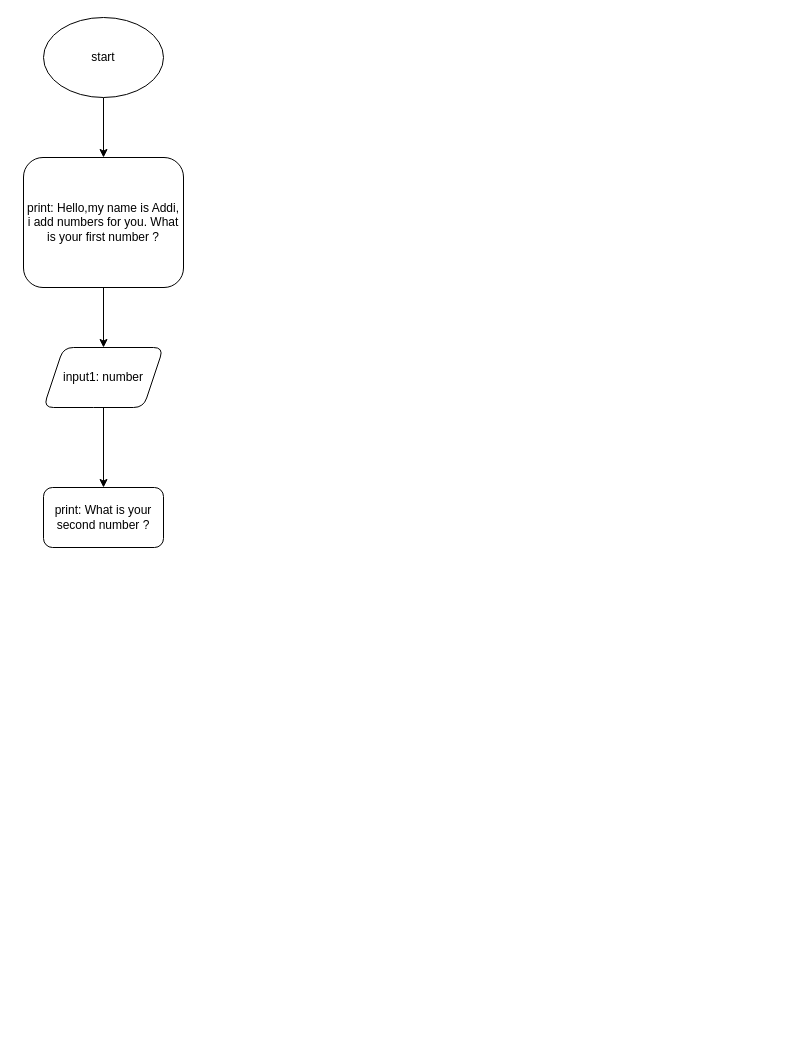
Earlier version of the draw.io diagram Dokumente/Tag 3/Addi.drawio (Mk-link/Root). Source tidied: cells renumbered, new cells numbered last; positions are measured from the earlier drawing's top-left corner, leaving out a move shared by most shapes. Both pictures are drawn from the tidied source at 100%, with x=0, y=0 at pixel (23, 17).
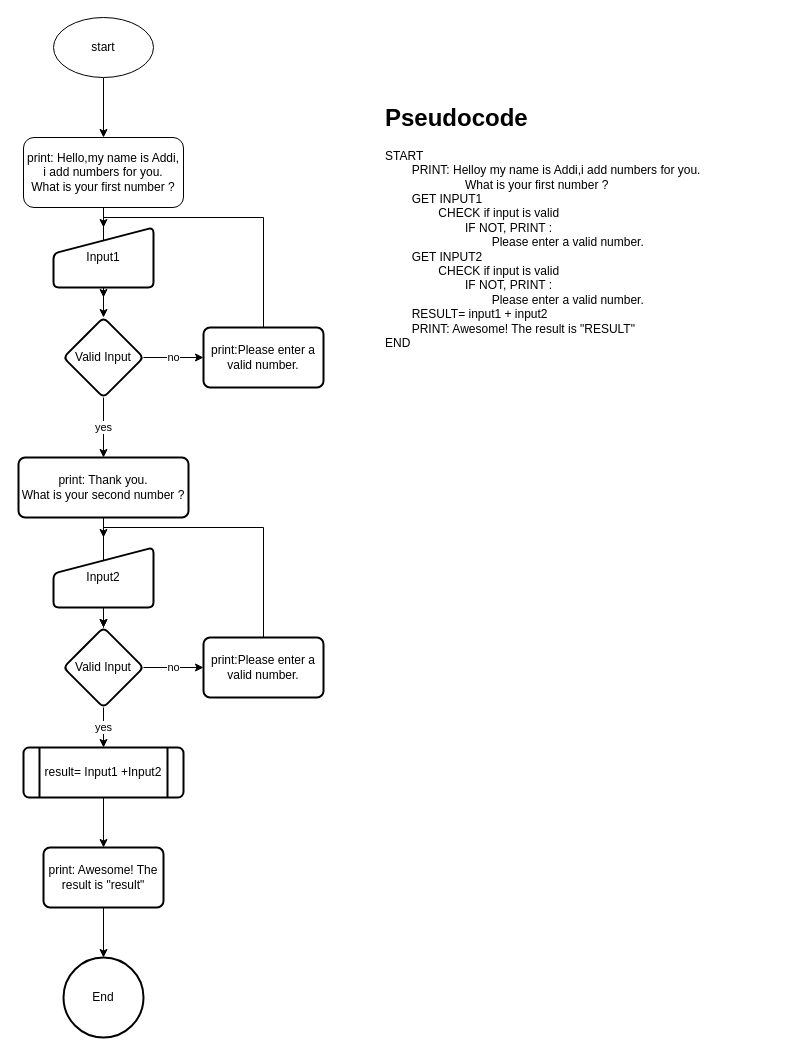
The same diagram, later.

The edit, as a diff of the source:
```diff
@@
     <mxCell id="3" value="start" style="ellipse;whiteSpace=wrap;html=1;" parent="1" vertex="1">
-      <mxGeometry x="20" width="120" height="80" as="geometry" />
+      <mxGeometry x="30" width="100" height="60" as="geometry" />
     </mxCell>
-    <mxCell id="4" style="edgeStyle=orthogonalEdgeStyle;rounded=0;jettySize=auto;html=1;" parent="1" edge="1" source="5" target="7">
-      <mxGeometry relative="1" as="geometry" />
-    </mxCell>
+    <mxCell id="9" style="edgeStyle=orthogonalEdgeStyle;rounded=0;jettySize=auto;html=1;" parent="1" edge="1" source="5">
+      <mxGeometry relative="1" as="geometry">
+        <mxPoint x="80" y="280" as="targetPoint" />
+      </mxGeometry>
+    </mxCell>
-    <mxCell id="5" value="print: Hello,my name is Addi, i add numbers for you. What is your first number ?" style="rounded=1;whiteSpace=wrap;html=1;" parent="1" vertex="1">
-      <mxGeometry y="140" width="160" height="130" as="geometry" />
+    <mxCell id="5" value="print: Hello,my name is Addi, i add numbers for you. &lt;br&gt;What is your first number ?" style="rounded=1;whiteSpace=wrap;html=1;" parent="1" vertex="1">
+      <mxGeometry y="120" width="160" height="70" as="geometry" />
     </mxCell>
-    <mxCell id="6" style="edgeStyle=orthogonalEdgeStyle;rounded=0;jettySize=auto;html=1;" parent="1" edge="1" source="7" target="8">
-      <mxGeometry relative="1" as="geometry" />
-    </mxCell>
-    <mxCell id="7" value="input1: number" style="shape=parallelogram;perimeter=parallelogramPerimeter;whiteSpace=wrap;html=1;fixedSize=1;rounded=1;" parent="1" vertex="1">
-      <mxGeometry x="20" y="330" width="120" height="60" as="geometry" />
-    </mxCell>
-    <mxCell id="8" value="print: What is your second number ?" style="whiteSpace=wrap;html=1;rounded=1;" parent="1" vertex="1">
-      <mxGeometry x="20" y="470" width="120" height="60" as="geometry" />
-    </mxCell>
+    <mxCell id="10" style="edgeStyle=orthogonalEdgeStyle;rounded=0;jettySize=auto;html=1;" parent="1" edge="1" source="11" target="14">
+      <mxGeometry relative="1" as="geometry" />
+    </mxCell>
+    <mxCell id="11" value="Input1" style="html=1;strokeWidth=2;shape=manualInput;whiteSpace=wrap;rounded=1;size=26;arcSize=11;" parent="1" vertex="1">
+      <mxGeometry x="30" y="210" width="100" height="60" as="geometry" />
+    </mxCell>
+    <mxCell id="12" value="no" style="edgeStyle=orthogonalEdgeStyle;rounded=0;jettySize=auto;html=1;" parent="1" edge="1" source="14" target="15">
+      <mxGeometry relative="1" as="geometry" />
+    </mxCell>
+    <mxCell id="13" value="yes" style="edgeStyle=orthogonalEdgeStyle;rounded=0;jettySize=auto;html=1;" parent="1" edge="1" source="14" target="17">
+      <mxGeometry relative="1" as="geometry" />
+    </mxCell>
+    <mxCell id="14" value="Valid Input" style="rhombus;whiteSpace=wrap;html=1;strokeWidth=2;rounded=1;arcSize=11;" parent="1" vertex="1">
+      <mxGeometry x="40" y="300" width="80" height="80" as="geometry" />
+    </mxCell>
+    <mxCell id="15" value="print:Please enter a valid number." style="whiteSpace=wrap;html=1;strokeWidth=2;rounded=1;arcSize=11;" parent="1" vertex="1">
+      <mxGeometry x="180" y="310" width="120" height="60" as="geometry" />
+    </mxCell>
+    <mxCell id="16" style="edgeStyle=orthogonalEdgeStyle;rounded=0;jettySize=auto;html=1;" parent="1" edge="1" source="17" target="22">
+      <mxGeometry relative="1" as="geometry" />
+    </mxCell>
+    <mxCell id="17" value="print: Thank you.&lt;br&gt;What is your second number ?" style="whiteSpace=wrap;html=1;strokeWidth=2;rounded=1;arcSize=11;" parent="1" vertex="1">
+      <mxGeometry x="-5" y="440" width="170" height="60" as="geometry" />
+    </mxCell>
+    <mxCell id="18" style="edgeStyle=orthogonalEdgeStyle;rounded=0;jettySize=auto;html=1;" parent="1" edge="1" source="19" target="22">
+      <mxGeometry relative="1" as="geometry" />
+    </mxCell>
+    <mxCell id="19" value="Input2" style="html=1;strokeWidth=2;shape=manualInput;whiteSpace=wrap;rounded=1;size=26;arcSize=11;" parent="1" vertex="1">
+      <mxGeometry x="30" y="530" width="100" height="60" as="geometry" />
+    </mxCell>
+    <mxCell id="20" value="no" style="edgeStyle=orthogonalEdgeStyle;rounded=0;jettySize=auto;html=1;" parent="1" edge="1" source="22" target="23">
+      <mxGeometry relative="1" as="geometry" />
+    </mxCell>
+    <mxCell id="21" value="yes" style="edgeStyle=orthogonalEdgeStyle;rounded=0;jettySize=auto;html=1;" parent="1" edge="1" source="22" target="25">
+      <mxGeometry relative="1" as="geometry" />
+    </mxCell>
+    <mxCell id="22" value="Valid Input" style="rhombus;whiteSpace=wrap;html=1;strokeWidth=2;rounded=1;arcSize=11;" parent="1" vertex="1">
+      <mxGeometry x="40" y="610" width="80" height="80" as="geometry" />
+    </mxCell>
+    <mxCell id="23" value="print:Please enter a valid number." style="whiteSpace=wrap;html=1;strokeWidth=2;rounded=1;arcSize=11;" parent="1" vertex="1">
+      <mxGeometry x="180" y="620" width="120" height="60" as="geometry" />
+    </mxCell>
+    <mxCell id="24" style="edgeStyle=orthogonalEdgeStyle;rounded=0;jettySize=auto;html=1;" parent="1" edge="1" source="25" target="27">
+      <mxGeometry relative="1" as="geometry" />
+    </mxCell>
+    <mxCell id="25" value="result= Input1 +Input2" style="shape=process;whiteSpace=wrap;html=1;backgroundOutline=1;strokeWidth=2;rounded=1;arcSize=11;" parent="1" vertex="1">
+      <mxGeometry y="730" width="160" height="50" as="geometry" />
+    </mxCell>
+    <mxCell id="26" style="edgeStyle=orthogonalEdgeStyle;rounded=0;jettySize=auto;html=1;" parent="1" edge="1" source="27" target="28">
+      <mxGeometry relative="1" as="geometry" />
+    </mxCell>
+    <mxCell id="27" value="print: Awesome! The result is &quot;result&quot;" style="whiteSpace=wrap;html=1;strokeWidth=2;rounded=1;arcSize=11;" parent="1" vertex="1">
+      <mxGeometry x="20" y="830" width="120" height="60" as="geometry" />
+    </mxCell>
+    <mxCell id="28" value="End" style="ellipse;whiteSpace=wrap;html=1;strokeWidth=2;rounded=1;arcSize=11;" parent="1" vertex="1">
+      <mxGeometry x="40" y="940" width="80" height="80" as="geometry" />
+    </mxCell>
+    <mxCell id="29" style="endArrow=classic;html=1;rounded=0;" parent="1" edge="1">
+      <mxGeometry relative="1" as="geometry">
+        <mxPoint x="240" y="310" as="sourcePoint" />
+        <mxPoint x="80" y="210" as="targetPoint" />
+        <Array as="points">
+          <mxPoint x="240" y="200" />
+          <mxPoint x="80" y="200" />
+        </Array>
+      </mxGeometry>
+    </mxCell>
+    <mxCell id="30" style="endArrow=classic;html=1;rounded=0;" parent="1" edge="1">
+      <mxGeometry relative="1" as="geometry">
+        <mxPoint x="240" y="620" as="sourcePoint" />
+        <mxPoint x="80" y="520" as="targetPoint" />
+        <Array as="points">
+          <mxPoint x="240" y="510" />
+          <mxPoint x="80" y="510" />
+        </Array>
+      </mxGeometry>
+    </mxCell>
+    <mxCell id="31" value="&lt;h1 style=&quot;margin-top: 0px;&quot;&gt;&lt;span style=&quot;background-color: transparent; color: light-dark(rgb(0, 0, 0), rgb(255, 255, 255));&quot;&gt;Pseudocode&lt;br&gt;&lt;/span&gt;&lt;/h1&gt;&lt;div&gt;&lt;span style=&quot;background-color: transparent; color: light-dark(rgb(0, 0, 0), rgb(255, 255, 255));&quot;&gt;START&lt;/span&gt;&lt;/div&gt;&lt;div&gt;&lt;span style=&quot;background-color: transparent; color: light-dark(rgb(0, 0, 0), rgb(255, 255, 255));&quot;&gt;&lt;span style=&quot;white-space: pre;&quot;&gt;&#9;&lt;/span&gt;PRINT: Helloy my name is Addi,i add numbers for you.&lt;/span&gt;&lt;/div&gt;&lt;div&gt;&lt;span style=&quot;background-color: transparent; color: light-dark(rgb(0, 0, 0), rgb(255, 255, 255));&quot;&gt;&lt;span style=&quot;white-space: pre;&quot;&gt;&#9;&lt;span style=&quot;white-space: pre;&quot;&gt;&#9;&lt;/span&gt;&lt;span style=&quot;white-space: pre;&quot;&gt;&#9;&lt;/span&gt;&lt;/span&gt;What is your first number ?&lt;/span&gt;&lt;/div&gt;&lt;div&gt;&lt;span style=&quot;background-color: transparent; color: light-dark(rgb(0, 0, 0), rgb(255, 255, 255));&quot;&gt;&lt;span style=&quot;white-space: pre;&quot;&gt;&#9;&lt;/span&gt;GET INPUT1&lt;br&gt;&lt;/span&gt;&lt;/div&gt;&lt;div&gt;&lt;span style=&quot;background-color: transparent; color: light-dark(rgb(0, 0, 0), rgb(255, 255, 255));&quot;&gt;&lt;span style=&quot;white-space: pre;&quot;&gt;&#9;&lt;/span&gt;&lt;span style=&quot;white-space: pre;&quot;&gt;&#9;&lt;/span&gt;CHECK if input is valid&lt;br&gt;&lt;/span&gt;&lt;/div&gt;&lt;div&gt;&lt;span style=&quot;background-color: transparent; color: light-dark(rgb(0, 0, 0), rgb(255, 255, 255));&quot;&gt;&lt;span style=&quot;white-space: pre;&quot;&gt;&#9;&lt;/span&gt;&lt;span style=&quot;white-space: pre;&quot;&gt;&#9;&lt;/span&gt;&lt;span style=&quot;white-space: pre;&quot;&gt;&#9;&lt;/span&gt;IF NOT, PRINT : &lt;br&gt;&lt;span style=&quot;white-space: pre;&quot;&gt;&#9;&lt;/span&gt;&lt;span style=&quot;white-space: pre;&quot;&gt;&#9;&lt;/span&gt;&lt;span style=&quot;white-space: pre;&quot;&gt;&#9;&lt;/span&gt;&lt;span style=&quot;white-space: pre;&quot;&gt;&#9;&lt;/span&gt;Please enter a valid number.&lt;br&gt;&lt;/span&gt;&lt;/div&gt;&lt;div&gt;&lt;span style=&quot;background-color: transparent; color: light-dark(rgb(0, 0, 0), rgb(255, 255, 255));&quot;&gt;&lt;span style=&quot;white-space: pre;&quot;&gt;&#9;&lt;/span&gt;GET INPUT2&lt;br&gt;&lt;/span&gt;&lt;/div&gt;&lt;div&gt;&lt;span style=&quot;background-color: transparent; color: light-dark(rgb(0, 0, 0), rgb(255, 255, 255));&quot;&gt;&lt;span style=&quot;white-space: pre;&quot;&gt;&#9;&lt;/span&gt;&lt;span style=&quot;white-space: pre;&quot;&gt;&#9;&lt;/span&gt;CHECK if input is valid&lt;br&gt;&lt;/span&gt;&lt;/div&gt;&lt;div&gt;&lt;span style=&quot;white-space: pre;&quot;&gt;&#9;&lt;/span&gt;&lt;span style=&quot;white-space: pre;&quot;&gt;&#9;&lt;/span&gt;&lt;span style=&quot;white-space: pre;&quot;&gt;&#9;&lt;/span&gt;IF NOT, PRINT :&lt;br&gt;&lt;span style=&quot;white-space: pre;&quot;&gt;&#9;&lt;/span&gt;&lt;span style=&quot;white-space: pre;&quot;&gt;&#9;&lt;/span&gt;&lt;span style=&quot;white-space: pre;&quot;&gt;&#9;&lt;/span&gt;&lt;span style=&quot;white-space: pre;&quot;&gt;&#9;&lt;/span&gt;Please enter a valid number.&lt;span style=&quot;background-color: transparent; color: light-dark(rgb(0, 0, 0), rgb(255, 255, 255));&quot;&gt;&lt;/span&gt;&lt;/div&gt;&lt;div&gt;&lt;span style=&quot;white-space: pre;&quot;&gt;&#9;&lt;/span&gt;RESULT=&amp;nbsp;input1 + input2&lt;br&gt;&lt;/div&gt;&lt;div&gt;&lt;span style=&quot;white-space: pre;&quot;&gt;&#9;&lt;/span&gt;PRINT&lt;span style=&quot;text-align: center; background-color: transparent; color: light-dark(rgb(0, 0, 0), rgb(255, 255, 255));&quot;&gt;: Awesome! The result is &quot;RESULT&quot;&lt;/span&gt;&lt;br&gt;&lt;/div&gt;&lt;div&gt;&lt;span style=&quot;text-align: center; background-color: transparent; color: light-dark(rgb(0, 0, 0), rgb(255, 255, 255));&quot;&gt;END&lt;/span&gt;&lt;/div&gt;" style="text;html=1;whiteSpace=wrap;overflow=hidden;rounded=0;" parent="1" vertex="1">
+      <mxGeometry x="360" y="80" width="400" height="480" as="geometry" />
+    </mxCell>
```
